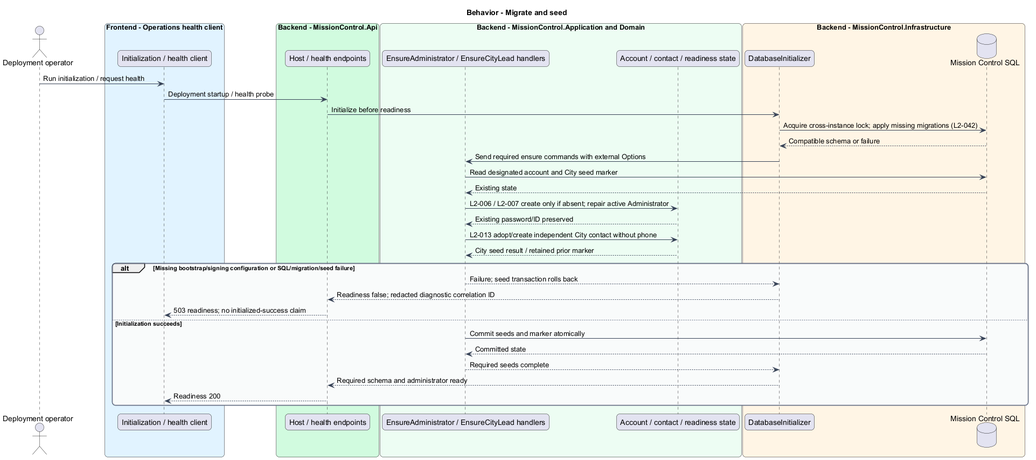
QuinntyneBrown/mission-control keeps this PlantUML diagram as docs/detailed-designs/identity/initialize-administrator/diagrams/sequence-initialize.png. Above is the earlier version.
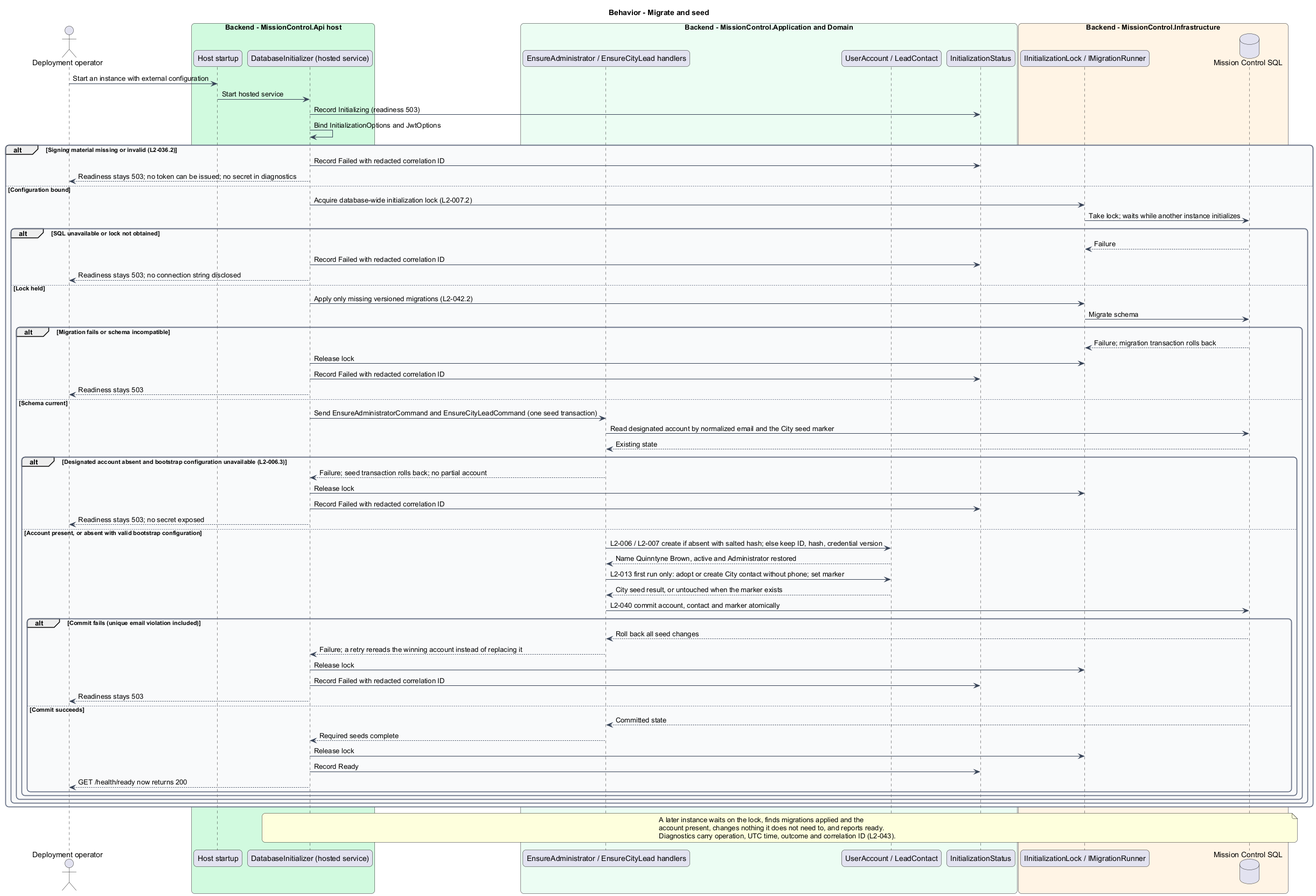
The same file after the commit.

What changed in the source:
```diff
@@ -15,41 +15,76 @@
 }
 title Behavior - Migrate and seed
 actor "Deployment operator" as actor
-box "Frontend - Operations health client" #E0F2FE
-  participant "Initialization / health client" as page
-end box
-box "Backend - MissionControl.Api" #D1FADF
-  participant "Host / health endpoints" as ctrl
+box "Backend - MissionControl.Api host" #D1FADF
+  participant "Host startup" as host
+  participant "DatabaseInitializer (hosted service)" as init
 end box
 box "Backend - MissionControl.Application and Domain" #ECFDF3
   participant "EnsureAdministrator / EnsureCityLead handlers" as handler
-  participant "Account / contact / readiness state" as entity
+  participant "UserAccount / LeadContact" as entity
+  participant "InitializationStatus" as status
 end box
 box "Backend - MissionControl.Infrastructure" #FFF4E5
-  participant "DatabaseInitializer" as init
+  participant "IInitializationLock / IMigrationRunner" as lock
   database "Mission Control SQL" as db
 end box
-actor -> page : Run initialization / request health
-page -> ctrl : Deployment startup / health probe
-ctrl -> init : Initialize before readiness
-init -> db : Acquire cross-instance lock; apply missing migrations (L2-042)
-db --> init : Compatible schema or failure
-init -> handler : Send required ensure commands with external Options
-handler -> db : Read designated account and City seed marker
-db --> handler : Existing state
-handler -> entity : L2-006 / L2-007 create only if absent; repair active Administrator
-entity --> handler : Existing password/ID preserved
-handler -> entity : L2-013 adopt/create independent City contact without phone
-entity --> handler : City seed result / retained prior marker
-alt Missing bootstrap/signing configuration or SQL/migration/seed failure
-  handler --> init : Failure; seed transaction rolls back
-  init --> ctrl : Readiness false; redacted diagnostic correlation ID
-  ctrl --> page : 503 readiness; no initialized-success claim
-else Initialization succeeds
-  handler -> db : Commit seeds and marker atomically
-  db --> handler : Committed state
-  handler --> init : Required seeds complete
-  init --> ctrl : Required schema and administrator ready
-  ctrl --> page : Readiness 200
+actor -> host : Start an instance with external configuration
+host -> init : Start hosted service
+init -> status : Record Initializing (readiness 503)
+init -> init : Bind InitializationOptions and JwtOptions
+alt Signing material missing or invalid (L2-036.2)
+  init -> status : Record Failed with redacted correlation ID
+  init --> actor : Readiness stays 503; no token can be issued; no secret in diagnostics
+else Configuration bound
+  init -> lock : Acquire database-wide initialization lock (L2-007.2)
+  lock -> db : Take lock; waits while another instance initializes
+  alt SQL unavailable or lock not obtained
+    db --> lock : Failure
+    init -> status : Record Failed with redacted correlation ID
+    init --> actor : Readiness stays 503; no connection string disclosed
+  else Lock held
+    init -> lock : Apply only missing versioned migrations (L2-042.2)
+    lock -> db : Migrate schema
+    alt Migration fails or schema incompatible
+      db --> lock : Failure; migration transaction rolls back
+      init -> lock : Release lock
+      init -> status : Record Failed with redacted correlation ID
+      init --> actor : Readiness stays 503
+    else Schema current
+      init -> handler : Send EnsureAdministratorCommand and EnsureCityLeadCommand (one seed transaction)
+      handler -> db : Read designated account by normalized email and the City seed marker
+      db --> handler : Existing state
+      alt Designated account absent and bootstrap configuration unavailable (L2-006.3)
+        handler --> init : Failure; seed transaction rolls back; no partial account
+        init -> lock : Release lock
+        init -> status : Record Failed with redacted correlation ID
+        init --> actor : Readiness stays 503; no secret exposed
+      else Account present, or absent with valid bootstrap configuration
+        handler -> entity : L2-006 / L2-007 create if absent with salted hash; else keep ID, hash, credential version
+        entity --> handler : Name Quinntyne Brown, active and Administrator restored
+        handler -> entity : L2-013 first run only: adopt or create City contact without phone; set marker
+        entity --> handler : City seed result, or untouched when the marker exists
+        handler -> db : L2-040 commit account, contact and marker atomically
+        alt Commit fails (unique email violation included)
+          db --> handler : Roll back all seed changes
+          handler --> init : Failure; a retry rereads the winning account instead of replacing it
+          init -> lock : Release lock
+          init -> status : Record Failed with redacted correlation ID
+          init --> actor : Readiness stays 503
+        else Commit succeeds
+          db --> handler : Committed state
+          handler --> init : Required seeds complete
+          init -> lock : Release lock
+          init -> status : Record Ready
+          init --> actor : GET /health/ready now returns 200
+        end
+      end
+    end
+  end
 end
+note over init, db
+A later instance waits on the lock, finds migrations applied and the
+account present, changes nothing it does not need to, and reports ready.
+Diagnostics carry operation, UTC time, outcome and correlation ID (L2-043).
+end note
 @enduml
```
